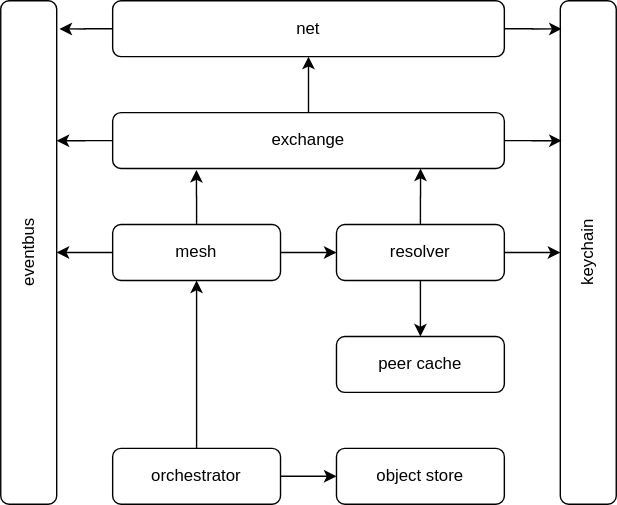
Earlier version of the draw.io export README-lib-architecture.drawio.svg (nimona/go-nimona). Source tidied: cells renumbered, new cells last; positions are measured from the earlier drawing's top-left corner, leaving out a move shared by most shapes. The source it was exported from:
```xml
<mxGraphModel>
  <root>
    <mxCell id="0" />
    <mxCell id="1" parent="0" />
    <mxCell id="2" value="eventbus" style="rounded=1;whiteSpace=wrap;html=1;portConstraintRotation=0;horizontal=0;" parent="1" vertex="1">
      <mxGeometry width="40" height="360" as="geometry" />
    </mxCell>
    <mxCell id="3" value="keychain" style="rounded=1;whiteSpace=wrap;html=1;horizontal=0;" parent="1" vertex="1">
      <mxGeometry x="400" width="40" height="360" as="geometry" />
    </mxCell>
    <mxCell id="4" style="edgeStyle=orthogonalEdgeStyle;rounded=0;jettySize=auto;html=1;entryX=0.025;entryY=0.056;entryDx=0;entryDy=0;entryPerimeter=0;" parent="1" edge="1" source="6" target="3">
      <mxGeometry relative="1" as="geometry" />
    </mxCell>
    <mxCell id="5" style="edgeStyle=orthogonalEdgeStyle;rounded=0;jettySize=auto;html=1;entryX=1.05;entryY=0.056;entryDx=0;entryDy=0;entryPerimeter=0;" parent="1" edge="1" source="6" target="2">
      <mxGeometry relative="1" as="geometry" />
    </mxCell>
    <mxCell id="6" value="net" style="rounded=1;whiteSpace=wrap;html=1;" parent="1" vertex="1">
      <mxGeometry x="80" width="280" height="40" as="geometry" />
    </mxCell>
    <mxCell id="7" style="edgeStyle=orthogonalEdgeStyle;rounded=0;jettySize=auto;html=1;entryX=0.5;entryY=1;entryDx=0;entryDy=0;" parent="1" edge="1" source="10" target="6">
      <mxGeometry relative="1" as="geometry" />
    </mxCell>
    <mxCell id="8" style="edgeStyle=orthogonalEdgeStyle;rounded=0;jettySize=auto;html=1;entryX=0.025;entryY=0.278;entryDx=0;entryDy=0;entryPerimeter=0;" parent="1" edge="1" source="10" target="3">
      <mxGeometry relative="1" as="geometry" />
    </mxCell>
    <mxCell id="9" style="edgeStyle=orthogonalEdgeStyle;rounded=0;jettySize=auto;html=1;entryX=1;entryY=0.278;entryDx=0;entryDy=0;entryPerimeter=0;" parent="1" edge="1" source="10" target="2">
      <mxGeometry relative="1" as="geometry" />
    </mxCell>
    <mxCell id="10" value="exchange" style="rounded=1;whiteSpace=wrap;html=1;" parent="1" vertex="1">
      <mxGeometry x="80" y="80" width="280" height="40" as="geometry" />
    </mxCell>
    <mxCell id="11" style="edgeStyle=orthogonalEdgeStyle;rounded=0;jettySize=auto;html=1;entryX=0.214;entryY=1.025;entryDx=0;entryDy=0;entryPerimeter=0;" parent="1" edge="1" source="14" target="10">
      <mxGeometry relative="1" as="geometry" />
    </mxCell>
    <mxCell id="12" style="edgeStyle=orthogonalEdgeStyle;rounded=0;jettySize=auto;html=1;entryX=0;entryY=0.5;entryDx=0;entryDy=0;" parent="1" edge="1" source="14" target="18">
      <mxGeometry relative="1" as="geometry" />
    </mxCell>
    <mxCell id="13" style="edgeStyle=orthogonalEdgeStyle;rounded=0;jettySize=auto;html=1;entryX=1;entryY=0.5;entryDx=0;entryDy=0;" parent="1" edge="1" source="14" target="2">
      <mxGeometry relative="1" as="geometry" />
    </mxCell>
    <mxCell id="14" value="mesh" style="rounded=1;whiteSpace=wrap;html=1;" parent="1" vertex="1">
      <mxGeometry x="80" y="160" width="120" height="40" as="geometry" />
    </mxCell>
    <mxCell id="15" style="edgeStyle=orthogonalEdgeStyle;rounded=0;jettySize=auto;html=1;entryX=0;entryY=0.5;entryDx=0;entryDy=0;" parent="1" edge="1" source="18" target="3">
      <mxGeometry relative="1" as="geometry" />
    </mxCell>
    <mxCell id="16" style="edgeStyle=orthogonalEdgeStyle;rounded=0;jettySize=auto;html=1;entryX=0.5;entryY=0;entryDx=0;entryDy=0;" parent="1" edge="1" source="18" target="23">
      <mxGeometry relative="1" as="geometry" />
    </mxCell>
    <mxCell id="17" style="edgeStyle=orthogonalEdgeStyle;rounded=0;jettySize=auto;html=1;entryX=0.786;entryY=1;entryDx=0;entryDy=0;entryPerimeter=0;" parent="1" edge="1" source="18" target="10">
      <mxGeometry relative="1" as="geometry" />
    </mxCell>
    <mxCell id="18" value="resolver" style="rounded=1;whiteSpace=wrap;html=1;labelBackgroundColor=none;gradientColor=none;" parent="1" vertex="1">
      <mxGeometry x="240" y="160" width="120" height="40" as="geometry" />
    </mxCell>
    <mxCell id="19" style="edgeStyle=orthogonalEdgeStyle;rounded=0;jettySize=auto;html=1;" parent="1" edge="1" source="21" target="14">
      <mxGeometry relative="1" as="geometry" />
    </mxCell>
    <mxCell id="20" style="edgeStyle=orthogonalEdgeStyle;rounded=0;jettySize=auto;html=1;entryX=0;entryY=0.5;entryDx=0;entryDy=0;" parent="1" edge="1" source="21" target="22">
      <mxGeometry relative="1" as="geometry" />
    </mxCell>
    <mxCell id="21" value="orchestrator" style="rounded=1;whiteSpace=wrap;html=1;" parent="1" vertex="1">
      <mxGeometry x="80" y="320" width="120" height="40" as="geometry" />
    </mxCell>
    <mxCell id="22" value="object store" style="rounded=1;whiteSpace=wrap;html=1;" parent="1" vertex="1">
      <mxGeometry x="240" y="320" width="120" height="40" as="geometry" />
    </mxCell>
    <mxCell id="23" value="peer cache" style="rounded=1;whiteSpace=wrap;html=1;labelBackgroundColor=none;gradientColor=none;" parent="1" vertex="1">
      <mxGeometry x="240" y="240" width="120" height="40" as="geometry" />
    </mxCell>
  </root>
</mxGraphModel>
```
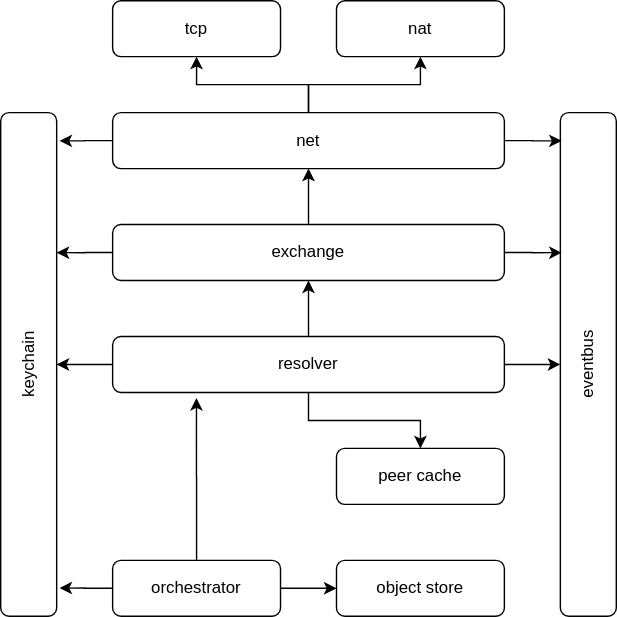
After the commit.

Commit message:
fix(readme): remove mesh from docs and diagram

Change to the diagram source:
```diff
@@ -2,10 +2,10 @@
   <root>
     <mxCell id="0" />
     <mxCell id="1" parent="0" />
-    <mxCell id="2" value="eventbus" style="rounded=1;whiteSpace=wrap;html=1;portConstraintRotation=0;horizontal=0;" parent="1" vertex="1">
+    <mxCell id="2" value="keychain" style="rounded=1;whiteSpace=wrap;html=1;portConstraintRotation=0;horizontal=0;" parent="1" vertex="1">
       <mxGeometry width="40" height="360" as="geometry" />
     </mxCell>
-    <mxCell id="3" value="keychain" style="rounded=1;whiteSpace=wrap;html=1;horizontal=0;" parent="1" vertex="1">
+    <mxCell id="3" value="eventbus" style="rounded=1;whiteSpace=wrap;html=1;horizontal=0;" parent="1" vertex="1">
       <mxGeometry x="400" width="40" height="360" as="geometry" />
     </mxCell>
     <mxCell id="4" style="edgeStyle=orthogonalEdgeStyle;rounded=0;jettySize=auto;html=1;entryX=0.025;entryY=0.056;entryDx=0;entryDy=0;entryPerimeter=0;" parent="1" edge="1" source="6" target="3">
@@ -14,6 +14,12 @@
     <mxCell id="5" style="edgeStyle=orthogonalEdgeStyle;rounded=0;jettySize=auto;html=1;entryX=1.05;entryY=0.056;entryDx=0;entryDy=0;entryPerimeter=0;" parent="1" edge="1" source="6" target="2">
       <mxGeometry relative="1" as="geometry" />
     </mxCell>
+    <mxCell id="24" style="edgeStyle=orthogonalEdgeStyle;rounded=0;jettySize=auto;html=1;entryX=0.5;entryY=1;entryDx=0;entryDy=0;" parent="1" edge="1" source="6" target="30">
+      <mxGeometry relative="1" as="geometry" />
+    </mxCell>
+    <mxCell id="25" style="edgeStyle=orthogonalEdgeStyle;rounded=0;jettySize=auto;html=1;entryX=0.5;entryY=1;entryDx=0;entryDy=0;" parent="1" edge="1" source="6" target="29">
+      <mxGeometry relative="1" as="geometry" />
+    </mxCell>
     <mxCell id="6" value="net" style="rounded=1;whiteSpace=wrap;html=1;" parent="1" vertex="1">
       <mxGeometry x="80" width="280" height="40" as="geometry" />
     </mxCell>
@@ -29,36 +35,30 @@
     <mxCell id="10" value="exchange" style="rounded=1;whiteSpace=wrap;html=1;" parent="1" vertex="1">
       <mxGeometry x="80" y="80" width="280" height="40" as="geometry" />
     </mxCell>
-    <mxCell id="11" style="edgeStyle=orthogonalEdgeStyle;rounded=0;jettySize=auto;html=1;entryX=0.214;entryY=1.025;entryDx=0;entryDy=0;entryPerimeter=0;" parent="1" edge="1" source="14" target="10">
-      <mxGeometry relative="1" as="geometry" />
-    </mxCell>
-    <mxCell id="12" style="edgeStyle=orthogonalEdgeStyle;rounded=0;jettySize=auto;html=1;entryX=0;entryY=0.5;entryDx=0;entryDy=0;" parent="1" edge="1" source="14" target="18">
-      <mxGeometry relative="1" as="geometry" />
-    </mxCell>
+    <mxCell id="15" style="edgeStyle=orthogonalEdgeStyle;rounded=0;jettySize=auto;html=1;entryX=0;entryY=0.5;entryDx=0;entryDy=0;" parent="1" edge="1" source="18" target="3">
+      <mxGeometry relative="1" as="geometry" />
+    </mxCell>
-    <mxCell id="13" style="edgeStyle=orthogonalEdgeStyle;rounded=0;jettySize=auto;html=1;entryX=1;entryY=0.5;entryDx=0;entryDy=0;" parent="1" edge="1" source="14" target="2">
+    <mxCell id="13" style="edgeStyle=orthogonalEdgeStyle;rounded=0;jettySize=auto;html=1;entryX=0.5;entryY=1;entryDx=0;entryDy=0;" parent="1" edge="1" source="18" target="10">
       <mxGeometry relative="1" as="geometry" />
     </mxCell>
-    <mxCell id="14" value="mesh" style="rounded=1;whiteSpace=wrap;html=1;" parent="1" vertex="1">
-      <mxGeometry x="80" y="160" width="120" height="40" as="geometry" />
-    </mxCell>
-    <mxCell id="15" style="edgeStyle=orthogonalEdgeStyle;rounded=0;jettySize=auto;html=1;entryX=0;entryY=0.5;entryDx=0;entryDy=0;" parent="1" edge="1" source="18" target="3">
-      <mxGeometry relative="1" as="geometry" />
-    </mxCell>
+    <mxCell id="26" style="edgeStyle=orthogonalEdgeStyle;rounded=0;jettySize=auto;html=1;entryX=1;entryY=0.5;entryDx=0;entryDy=0;" parent="1" edge="1" source="18" target="2">
+      <mxGeometry relative="1" as="geometry" />
+    </mxCell>
     <mxCell id="16" style="edgeStyle=orthogonalEdgeStyle;rounded=0;jettySize=auto;html=1;entryX=0.5;entryY=0;entryDx=0;entryDy=0;" parent="1" edge="1" source="18" target="23">
       <mxGeometry relative="1" as="geometry" />
     </mxCell>
-    <mxCell id="17" style="edgeStyle=orthogonalEdgeStyle;rounded=0;jettySize=auto;html=1;entryX=0.786;entryY=1;entryDx=0;entryDy=0;entryPerimeter=0;" parent="1" edge="1" source="18" target="10">
-      <mxGeometry relative="1" as="geometry" />
-    </mxCell>
     <mxCell id="18" value="resolver" style="rounded=1;whiteSpace=wrap;html=1;labelBackgroundColor=none;gradientColor=none;" parent="1" vertex="1">
-      <mxGeometry x="240" y="160" width="120" height="40" as="geometry" />
+      <mxGeometry x="80" y="160" width="280" height="40" as="geometry" />
     </mxCell>
-    <mxCell id="19" style="edgeStyle=orthogonalEdgeStyle;rounded=0;jettySize=auto;html=1;" parent="1" edge="1" source="21" target="14">
-      <mxGeometry relative="1" as="geometry" />
-    </mxCell>
     <mxCell id="20" style="edgeStyle=orthogonalEdgeStyle;rounded=0;jettySize=auto;html=1;entryX=0;entryY=0.5;entryDx=0;entryDy=0;" parent="1" edge="1" source="21" target="22">
       <mxGeometry relative="1" as="geometry" />
     </mxCell>
+    <mxCell id="27" style="edgeStyle=orthogonalEdgeStyle;rounded=0;jettySize=auto;html=1;entryX=0.214;entryY=1.1;entryDx=0;entryDy=0;entryPerimeter=0;" parent="1" edge="1" source="21" target="18">
+      <mxGeometry relative="1" as="geometry" />
+    </mxCell>
+    <mxCell id="28" style="edgeStyle=orthogonalEdgeStyle;rounded=0;jettySize=auto;html=1;entryX=1.05;entryY=0.944;entryDx=0;entryDy=0;entryPerimeter=0;" parent="1" edge="1" source="21" target="2">
+      <mxGeometry relative="1" as="geometry" />
+    </mxCell>
     <mxCell id="21" value="orchestrator" style="rounded=1;whiteSpace=wrap;html=1;" parent="1" vertex="1">
       <mxGeometry x="80" y="320" width="120" height="40" as="geometry" />
     </mxCell>
@@ -68,5 +68,11 @@
     <mxCell id="23" value="peer cache" style="rounded=1;whiteSpace=wrap;html=1;labelBackgroundColor=none;gradientColor=none;" parent="1" vertex="1">
       <mxGeometry x="240" y="240" width="120" height="40" as="geometry" />
     </mxCell>
+    <mxCell id="29" value="nat" style="rounded=1;whiteSpace=wrap;html=1;" parent="1" vertex="1">
+      <mxGeometry x="240" y="-80" width="120" height="40" as="geometry" />
+    </mxCell>
+    <mxCell id="30" value="tcp" style="rounded=1;whiteSpace=wrap;html=1;" parent="1" vertex="1">
+      <mxGeometry x="80" y="-80" width="120" height="40" as="geometry" />
+    </mxCell>
   </root>
 </mxGraphModel>
```
